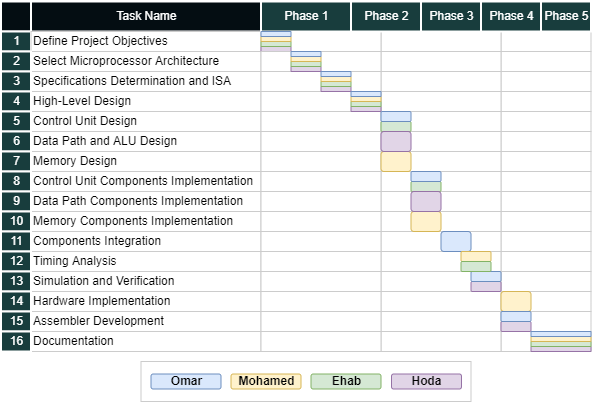
Before: design-assets/gantt-chart.png, a diagram exported from draw.io (omarelshopky/SAP_based_Microprocessor_Design). Source tidied: cells renumbered, new cells last; positions are measured from the earlier drawing's top-left corner, leaving out a move shared by most shapes.
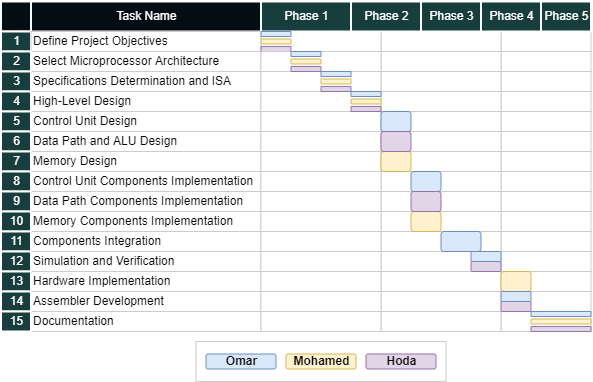
After the change.

Diff of the diagram source:
```diff
@@ -3,7 +3,7 @@
     <mxCell id="0" style="html=1;" />
     <mxCell id="1" style="html=1;" parent="0" />
     <mxCell id="2" style="align=left;strokeColor=#CCCCCC;html=1;fillColor=none;" parent="1" vertex="1">
-      <mxGeometry x="140" y="360" width="330" height="40" as="geometry" />
+      <mxGeometry x="195" y="340" width="250" height="40" as="geometry" />
     </mxCell>
     <mxCell id="3" style="align=left;strokeColor=#CCCCCC;html=1;" parent="1" vertex="1">
       <mxGeometry x="500" y="30" width="90" height="20" as="geometry" />
@@ -30,7 +30,7 @@
       <mxGeometry x="30" y="50" width="230" height="20" as="geometry" />
     </mxCell>
     <mxCell id="11" value="Assembler Development" style="align=left;strokeColor=#CCCCCC;html=1;verticalAlign=middle;" parent="1" vertex="1">
-      <mxGeometry x="30" y="310" width="230" height="20" as="geometry" />
+      <mxGeometry x="30" y="290" width="230" height="20" as="geometry" />
     </mxCell>
     <mxCell id="12" value="Memory Components Implementation" style="align=left;strokeColor=#CCCCCC;html=1;verticalAlign=middle;" parent="1" vertex="1">
       <mxGeometry x="30" y="210" width="230" height="20" as="geometry" />
@@ -39,17 +39,14 @@
       <mxGeometry x="30" y="190" width="230" height="20" as="geometry" />
     </mxCell>
     <mxCell id="14" value="Documentation" style="align=left;strokeColor=#CCCCCC;html=1;verticalAlign=middle;" parent="1" vertex="1">
-      <mxGeometry x="30" y="330" width="230" height="20" as="geometry" />
+      <mxGeometry x="30" y="310" width="230" height="20" as="geometry" />
     </mxCell>
     <mxCell id="15" value="Hardware Implementation" style="align=left;strokeColor=#CCCCCC;html=1;verticalAlign=middle;" parent="1" vertex="1">
-      <mxGeometry x="30" y="290" width="230" height="20" as="geometry" />
+      <mxGeometry x="30" y="270" width="230" height="20" as="geometry" />
     </mxCell>
     <mxCell id="16" value="Simulation and Verification" style="align=left;strokeColor=#CCCCCC;html=1;verticalAlign=middle;" parent="1" vertex="1">
-      <mxGeometry x="30" y="270" width="230" height="20" as="geometry" />
+      <mxGeometry x="30" y="250" width="230" height="20" as="geometry" />
     </mxCell>
-    <mxCell id="17" value="Timing Analysis" style="align=left;strokeColor=#CCCCCC;html=1;verticalAlign=middle;" parent="1" vertex="1">
-      <mxGeometry x="30" y="250" width="230" height="20" as="geometry" />
-    </mxCell>
     <mxCell id="18" value="Memory Design" style="align=left;strokeColor=#CCCCCC;html=1;verticalAlign=middle;" parent="1" vertex="1">
       <mxGeometry x="30" y="150" width="230" height="20" as="geometry" />
     </mxCell>
@@ -66,7 +63,7 @@
       <mxGeometry x="30" y="70" width="230" height="20" as="geometry" />
     </mxCell>
     <mxCell id="23" value="&lt;b&gt;Omar&lt;/b&gt;" style="align=center;strokeColor=#6c8ebf;html=1;fillColor=#dae8fc;rounded=1;glass=0;sketch=0;shadow=0;" parent="1" vertex="1">
-      <mxGeometry x="150" y="372.5" width="70" height="15" as="geometry" />
+      <mxGeometry x="205" y="352.5" width="70" height="15" as="geometry" />
     </mxCell>
     <mxCell id="24" value="&lt;font color=&quot;#ffffff&quot;&gt;Phase 1&lt;/font&gt;" style="strokeWidth=2;fontStyle=0;html=1;fillColor=#183D3D;strokeColor=#FFFFFF;" parent="1" vertex="1">
       <mxGeometry x="260" width="90" height="30" as="geometry" />
@@ -93,22 +90,16 @@
       <mxGeometry x="30" y="230" width="230" height="20" as="geometry" />
     </mxCell>
     <mxCell id="32" value="&lt;b&gt;Mohamed&lt;/b&gt;" style="align=center;strokeColor=#d6b656;html=1;fillColor=#fff2cc;rounded=1;glass=0;sketch=0;shadow=0;" parent="1" vertex="1">
-      <mxGeometry x="230" y="372.5" width="70" height="15" as="geometry" />
+      <mxGeometry x="285" y="352.5" width="70" height="15" as="geometry" />
     </mxCell>
-    <mxCell id="33" value="&lt;b&gt;Ehab&lt;/b&gt;" style="align=center;strokeColor=#82b366;html=1;fillColor=#d5e8d4;rounded=1;glass=0;sketch=0;shadow=0;" parent="1" vertex="1">
-      <mxGeometry x="310" y="372.5" width="70" height="15" as="geometry" />
-    </mxCell>
     <mxCell id="34" value="&lt;b&gt;Hoda&lt;/b&gt;" style="align=center;strokeColor=#9673a6;html=1;fillColor=#e1d5e7;rounded=1;glass=0;sketch=0;shadow=0;" parent="1" vertex="1">
-      <mxGeometry x="390.5" y="372.5" width="70" height="15" as="geometry" />
+      <mxGeometry x="365" y="352.5" width="70" height="15" as="geometry" />
     </mxCell>
     <mxCell id="35" style="align=center;strokeColor=#9673a6;html=1;fillColor=#e1d5e7;rounded=1;glass=0;sketch=0;shadow=0;" parent="1" vertex="1">
       <mxGeometry x="260" y="45" width="30" height="5" as="geometry" />
     </mxCell>
-    <mxCell id="36" style="align=center;strokeColor=#82b366;html=1;fillColor=#d5e8d4;rounded=1;glass=0;sketch=0;shadow=0;" parent="1" vertex="1">
-      <mxGeometry x="260" y="40" width="30" height="5" as="geometry" />
-    </mxCell>
     <mxCell id="37" style="align=center;strokeColor=#d6b656;html=1;fillColor=#fff2cc;rounded=1;glass=0;sketch=0;shadow=0;" parent="1" vertex="1">
-      <mxGeometry x="260" y="35" width="30" height="5" as="geometry" />
+      <mxGeometry x="260" y="37.5" width="30" height="5" as="geometry" />
     </mxCell>
     <mxCell id="38" style="align=center;strokeColor=#6c8ebf;html=1;fillColor=#dae8fc;rounded=1;glass=0;sketch=0;shadow=0;" parent="1" vertex="1">
       <mxGeometry x="260" y="30" width="30" height="5" as="geometry" />
@@ -152,9 +143,6 @@
     <mxCell id="51" value="&lt;font color=&quot;#ffffff&quot;&gt;15&lt;br&gt;&lt;/font&gt;" style="strokeWidth=2;fontStyle=0;html=1;fillColor=#183D3D;strokeColor=#FFFFFF;verticalAlign=middle;" parent="1" vertex="1">
       <mxGeometry y="310" width="30" height="20" as="geometry" />
     </mxCell>
-    <mxCell id="52" value="&lt;font color=&quot;#ffffff&quot;&gt;16&lt;br&gt;&lt;/font&gt;" style="strokeWidth=2;fontStyle=0;html=1;fillColor=#183D3D;strokeColor=#FFFFFF;verticalAlign=middle;" parent="1" vertex="1">
-      <mxGeometry y="330" width="30" height="20" as="geometry" />
-    </mxCell>
     <mxCell id="53" style="align=left;strokeColor=#CCCCCC;html=1;" parent="1" vertex="1">
       <mxGeometry x="500" y="50" width="90" height="20" as="geometry" />
     </mxCell>
@@ -245,59 +233,47 @@
     <mxCell id="82" style="align=left;strokeColor=#CCCCCC;html=1;verticalAlign=middle;" parent="1" vertex="1">
       <mxGeometry x="260" y="230" width="120" height="20" as="geometry" />
     </mxCell>
-    <mxCell id="83" style="align=left;strokeColor=#CCCCCC;html=1;" parent="1" vertex="1">
-      <mxGeometry x="500" y="250" width="90" height="20" as="geometry" />
-    </mxCell>
-    <mxCell id="84" style="align=left;strokeColor=#CCCCCC;html=1;" parent="1" vertex="1">
-      <mxGeometry x="380" y="250" width="120" height="20" as="geometry" />
-    </mxCell>
-    <mxCell id="85" style="align=left;strokeColor=#CCCCCC;html=1;verticalAlign=middle;" parent="1" vertex="1">
-      <mxGeometry x="260" y="250" width="120" height="20" as="geometry" />
-    </mxCell>
     <mxCell id="86" style="align=left;strokeColor=#CCCCCC;html=1;" parent="1" vertex="1">
-      <mxGeometry x="500" y="270" width="90" height="20" as="geometry" />
+      <mxGeometry x="500" y="250" width="90" height="20" as="geometry" />
     </mxCell>
     <mxCell id="87" style="align=left;strokeColor=#CCCCCC;html=1;" parent="1" vertex="1">
-      <mxGeometry x="380" y="270" width="120" height="20" as="geometry" />
+      <mxGeometry x="380" y="250" width="120" height="20" as="geometry" />
     </mxCell>
     <mxCell id="88" style="align=left;strokeColor=#CCCCCC;html=1;verticalAlign=middle;" parent="1" vertex="1">
-      <mxGeometry x="260" y="270" width="120" height="20" as="geometry" />
+      <mxGeometry x="260" y="250" width="120" height="20" as="geometry" />
     </mxCell>
     <mxCell id="89" style="align=left;strokeColor=#CCCCCC;html=1;" parent="1" vertex="1">
-      <mxGeometry x="500" y="290" width="90" height="20" as="geometry" />
+      <mxGeometry x="500" y="270" width="90" height="20" as="geometry" />
     </mxCell>
     <mxCell id="90" style="align=left;strokeColor=#CCCCCC;html=1;" parent="1" vertex="1">
-      <mxGeometry x="380" y="290" width="120" height="20" as="geometry" />
+      <mxGeometry x="380" y="270" width="120" height="20" as="geometry" />
     </mxCell>
     <mxCell id="91" style="align=left;strokeColor=#CCCCCC;html=1;verticalAlign=middle;" parent="1" vertex="1">
-      <mxGeometry x="260" y="290" width="120" height="20" as="geometry" />
+      <mxGeometry x="260" y="270" width="120" height="20" as="geometry" />
     </mxCell>
     <mxCell id="92" style="align=left;strokeColor=#CCCCCC;html=1;" parent="1" vertex="1">
-      <mxGeometry x="500" y="310" width="90" height="20" as="geometry" />
+      <mxGeometry x="500" y="290" width="90" height="20" as="geometry" />
     </mxCell>
     <mxCell id="93" style="align=left;strokeColor=#CCCCCC;html=1;" parent="1" vertex="1">
-      <mxGeometry x="380" y="310" width="120" height="20" as="geometry" />
+      <mxGeometry x="380" y="290" width="120" height="20" as="geometry" />
     </mxCell>
     <mxCell id="94" style="align=left;strokeColor=#CCCCCC;html=1;verticalAlign=middle;" parent="1" vertex="1">
-      <mxGeometry x="260" y="310" width="120" height="20" as="geometry" />
+      <mxGeometry x="260" y="290" width="120" height="20" as="geometry" />
     </mxCell>
     <mxCell id="95" style="align=left;strokeColor=#CCCCCC;html=1;" parent="1" vertex="1">
-      <mxGeometry x="500" y="330" width="90" height="20" as="geometry" />
+      <mxGeometry x="500" y="310" width="90" height="20" as="geometry" />
     </mxCell>
     <mxCell id="96" style="align=left;strokeColor=#CCCCCC;html=1;" parent="1" vertex="1">
-      <mxGeometry x="380" y="330" width="120" height="20" as="geometry" />
+      <mxGeometry x="380" y="310" width="120" height="20" as="geometry" />
     </mxCell>
     <mxCell id="97" style="align=left;strokeColor=#CCCCCC;html=1;verticalAlign=middle;" parent="1" vertex="1">
-      <mxGeometry x="260" y="330" width="120" height="20" as="geometry" />
+      <mxGeometry x="260" y="310" width="120" height="20" as="geometry" />
     </mxCell>
     <mxCell id="98" style="align=center;strokeColor=#9673a6;html=1;fillColor=#e1d5e7;rounded=1;glass=0;sketch=0;shadow=0;" parent="1" vertex="1">
       <mxGeometry x="290" y="65" width="30" height="5" as="geometry" />
     </mxCell>
-    <mxCell id="99" style="align=center;strokeColor=#82b366;html=1;fillColor=#d5e8d4;rounded=1;glass=0;sketch=0;shadow=0;" parent="1" vertex="1">
-      <mxGeometry x="290" y="60" width="30" height="5" as="geometry" />
-    </mxCell>
     <mxCell id="100" style="align=center;strokeColor=#d6b656;html=1;fillColor=#fff2cc;rounded=1;glass=0;sketch=0;shadow=0;" parent="1" vertex="1">
-      <mxGeometry x="290" y="55" width="30" height="5" as="geometry" />
+      <mxGeometry x="290" y="57.5" width="30" height="5" as="geometry" />
     </mxCell>
     <mxCell id="101" style="align=center;strokeColor=#6c8ebf;html=1;fillColor=#dae8fc;rounded=1;glass=0;sketch=0;shadow=0;" parent="1" vertex="1">
       <mxGeometry x="290" y="50" width="30" height="5" as="geometry" />
@@ -305,11 +281,8 @@
     <mxCell id="102" style="align=center;strokeColor=#9673a6;html=1;fillColor=#e1d5e7;rounded=1;glass=0;sketch=0;shadow=0;" parent="1" vertex="1">
       <mxGeometry x="320" y="85" width="30" height="5" as="geometry" />
     </mxCell>
-    <mxCell id="103" style="align=center;strokeColor=#82b366;html=1;fillColor=#d5e8d4;rounded=1;glass=0;sketch=0;shadow=0;" parent="1" vertex="1">
-      <mxGeometry x="320" y="80" width="30" height="5" as="geometry" />
-    </mxCell>
     <mxCell id="104" style="align=center;strokeColor=#d6b656;html=1;fillColor=#fff2cc;rounded=1;glass=0;sketch=0;shadow=0;" parent="1" vertex="1">
-      <mxGeometry x="320" y="75" width="30" height="5" as="geometry" />
+      <mxGeometry x="320" y="77.5" width="30" height="5" as="geometry" />
     </mxCell>
     <mxCell id="105" style="align=center;strokeColor=#6c8ebf;html=1;fillColor=#dae8fc;rounded=1;glass=0;sketch=0;shadow=0;" parent="1" vertex="1">
       <mxGeometry x="320" y="70" width="30" height="5" as="geometry" />
@@ -317,32 +290,23 @@
     <mxCell id="106" style="align=center;strokeColor=#9673a6;html=1;fillColor=#e1d5e7;rounded=1;glass=0;sketch=0;shadow=0;" parent="1" vertex="1">
       <mxGeometry x="350" y="105" width="30" height="5" as="geometry" />
     </mxCell>
-    <mxCell id="107" style="align=center;strokeColor=#82b366;html=1;fillColor=#d5e8d4;rounded=1;glass=0;sketch=0;shadow=0;" parent="1" vertex="1">
-      <mxGeometry x="350" y="100" width="30" height="5" as="geometry" />
-    </mxCell>
     <mxCell id="108" style="align=center;strokeColor=#d6b656;html=1;fillColor=#fff2cc;rounded=1;glass=0;sketch=0;shadow=0;" parent="1" vertex="1">
-      <mxGeometry x="350" y="95" width="30" height="5" as="geometry" />
+      <mxGeometry x="350" y="97.5" width="30" height="5" as="geometry" />
     </mxCell>
     <mxCell id="109" style="align=center;strokeColor=#6c8ebf;html=1;fillColor=#dae8fc;rounded=1;glass=0;sketch=0;shadow=0;" parent="1" vertex="1">
       <mxGeometry x="350" y="90" width="30" height="5" as="geometry" />
     </mxCell>
-    <mxCell id="110" style="align=center;strokeColor=#82b366;html=1;fillColor=#d5e8d4;rounded=1;glass=0;sketch=0;shadow=0;" parent="1" vertex="1">
-      <mxGeometry x="380" y="120" width="30" height="10" as="geometry" />
-    </mxCell>
     <mxCell id="111" style="align=center;strokeColor=#d6b656;html=1;fillColor=#fff2cc;rounded=1;glass=0;sketch=0;shadow=0;" parent="1" vertex="1">
       <mxGeometry x="380" y="150" width="30" height="20" as="geometry" />
     </mxCell>
     <mxCell id="112" style="align=center;strokeColor=#6c8ebf;html=1;fillColor=#dae8fc;rounded=1;glass=0;sketch=0;shadow=0;" parent="1" vertex="1">
-      <mxGeometry x="380" y="110" width="30" height="10" as="geometry" />
+      <mxGeometry x="380" y="110" width="30" height="20" as="geometry" />
     </mxCell>
     <mxCell id="113" style="align=center;strokeColor=#9673a6;html=1;fillColor=#e1d5e7;rounded=1;glass=0;sketch=0;shadow=0;" parent="1" vertex="1">
       <mxGeometry x="380" y="130" width="30" height="20" as="geometry" />
     </mxCell>
-    <mxCell id="114" style="align=center;strokeColor=#82b366;html=1;fillColor=#d5e8d4;rounded=1;glass=0;sketch=0;shadow=0;" parent="1" vertex="1">
-      <mxGeometry x="410" y="180" width="30" height="10" as="geometry" />
-    </mxCell>
     <mxCell id="115" style="align=center;strokeColor=#6c8ebf;html=1;fillColor=#dae8fc;rounded=1;glass=0;sketch=0;shadow=0;" parent="1" vertex="1">
-      <mxGeometry x="410" y="170" width="30" height="10" as="geometry" />
+      <mxGeometry x="410" y="170" width="30" height="20" as="geometry" />
     </mxCell>
     <mxCell id="116" style="align=center;strokeColor=#d6b656;html=1;fillColor=#fff2cc;rounded=1;glass=0;sketch=0;shadow=0;" parent="1" vertex="1">
       <mxGeometry x="410" y="210" width="30" height="20" as="geometry" />
@@ -351,40 +315,31 @@
       <mxGeometry x="410" y="190" width="30" height="20" as="geometry" />
     </mxCell>
     <mxCell id="118" style="align=center;strokeColor=#6c8ebf;html=1;fillColor=#dae8fc;rounded=1;glass=0;sketch=0;shadow=0;" parent="1" vertex="1">
-      <mxGeometry x="440" y="230" width="30" height="20" as="geometry" />
+      <mxGeometry x="440" y="230" width="40" height="20" as="geometry" />
     </mxCell>
-    <mxCell id="119" style="align=center;strokeColor=#d6b656;html=1;fillColor=#fff2cc;rounded=1;glass=0;sketch=0;shadow=0;" parent="1" vertex="1">
-      <mxGeometry x="460" y="250" width="30" height="10" as="geometry" />
-    </mxCell>
     <mxCell id="120" style="align=center;strokeColor=#9673a6;html=1;fillColor=#e1d5e7;rounded=1;glass=0;sketch=0;shadow=0;" parent="1" vertex="1">
-      <mxGeometry x="470" y="280" width="30" height="10" as="geometry" />
+      <mxGeometry x="470" y="260" width="30" height="10" as="geometry" />
     </mxCell>
     <mxCell id="121" style="align=center;strokeColor=#6c8ebf;html=1;fillColor=#dae8fc;rounded=1;glass=0;sketch=0;shadow=0;" parent="1" vertex="1">
-      <mxGeometry x="470" y="270" width="30" height="10" as="geometry" />
+      <mxGeometry x="470" y="250" width="30" height="10" as="geometry" />
     </mxCell>
-    <mxCell id="122" style="align=center;strokeColor=#82b366;html=1;fillColor=#d5e8d4;rounded=1;glass=0;sketch=0;shadow=0;" parent="1" vertex="1">
-      <mxGeometry x="460" y="260" width="30" height="10" as="geometry" />
-    </mxCell>
     <mxCell id="123" style="align=center;strokeColor=#d6b656;html=1;fillColor=#fff2cc;rounded=1;glass=0;sketch=0;shadow=0;" parent="1" vertex="1">
-      <mxGeometry x="500" y="290" width="30" height="20" as="geometry" />
+      <mxGeometry x="500" y="270" width="30" height="20" as="geometry" />
     </mxCell>
     <mxCell id="124" style="align=center;strokeColor=#9673a6;html=1;fillColor=#e1d5e7;rounded=1;glass=0;sketch=0;shadow=0;" parent="1" vertex="1">
-      <mxGeometry x="500" y="320" width="30" height="10" as="geometry" />
+      <mxGeometry x="500" y="300" width="30" height="10" as="geometry" />
     </mxCell>
     <mxCell id="125" style="align=center;strokeColor=#6c8ebf;html=1;fillColor=#dae8fc;rounded=1;glass=0;sketch=0;shadow=0;" parent="1" vertex="1">
-      <mxGeometry x="500" y="310" width="30" height="10" as="geometry" />
+      <mxGeometry x="500" y="290" width="30" height="10" as="geometry" />
     </mxCell>
     <mxCell id="126" style="align=center;strokeColor=#9673a6;html=1;fillColor=#e1d5e7;rounded=1;glass=0;sketch=0;shadow=0;" parent="1" vertex="1">
-      <mxGeometry x="530" y="345" width="60" height="5" as="geometry" />
+      <mxGeometry x="530" y="325" width="60" height="5" as="geometry" />
     </mxCell>
-    <mxCell id="127" style="align=center;strokeColor=#82b366;html=1;fillColor=#d5e8d4;rounded=1;glass=0;sketch=0;shadow=0;" parent="1" vertex="1">
-      <mxGeometry x="530" y="340" width="60" height="5" as="geometry" />
-    </mxCell>
     <mxCell id="128" style="align=center;strokeColor=#d6b656;html=1;fillColor=#fff2cc;rounded=1;glass=0;sketch=0;shadow=0;" parent="1" vertex="1">
-      <mxGeometry x="530" y="335" width="60" height="5" as="geometry" />
+      <mxGeometry x="530" y="317.5" width="60" height="5" as="geometry" />
     </mxCell>
     <mxCell id="129" style="align=center;strokeColor=#6c8ebf;html=1;fillColor=#dae8fc;rounded=1;glass=0;sketch=0;shadow=0;" parent="1" vertex="1">
-      <mxGeometry x="530" y="330" width="60" height="5" as="geometry" />
+      <mxGeometry x="530" y="310" width="60" height="5" as="geometry" />
     </mxCell>
   </root>
 </mxGraphModel>
```
